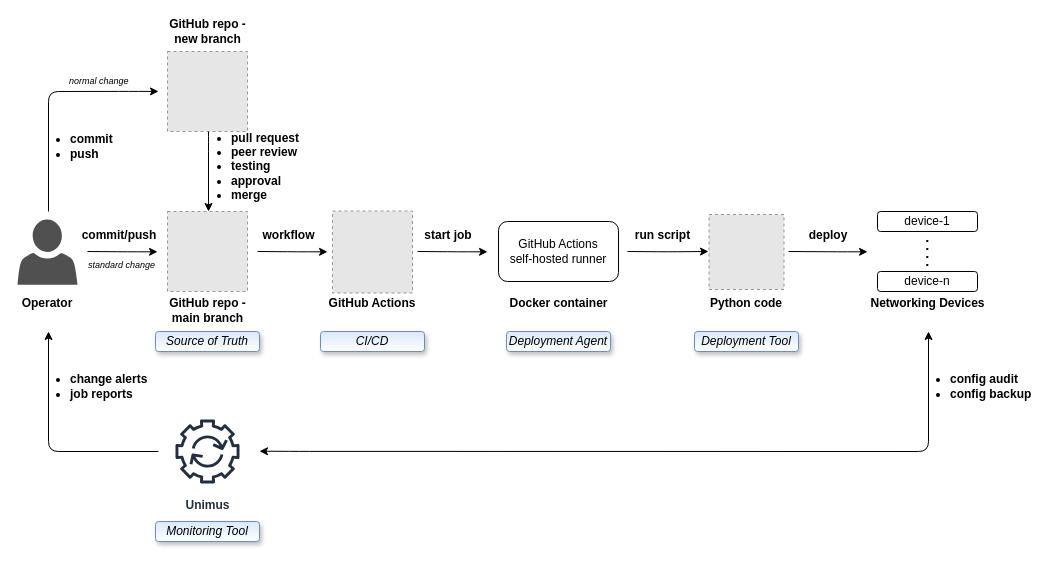
gdmoney/network-automation-github-actions keeps this draw.io diagram as diagram-network-automation-github-actions.drawio. Above is the earlier version. Source tidied: cells renumbered, new cells numbered last; positions are measured from the earlier drawing's top-left corner, leaving out a move shared by most shapes. Both pictures are drawn from the tidied source at 100%, with x=0, y=0 at pixel (17, 21). Pictures stored in the file or linked from it are replaced by grey dashed boxes.
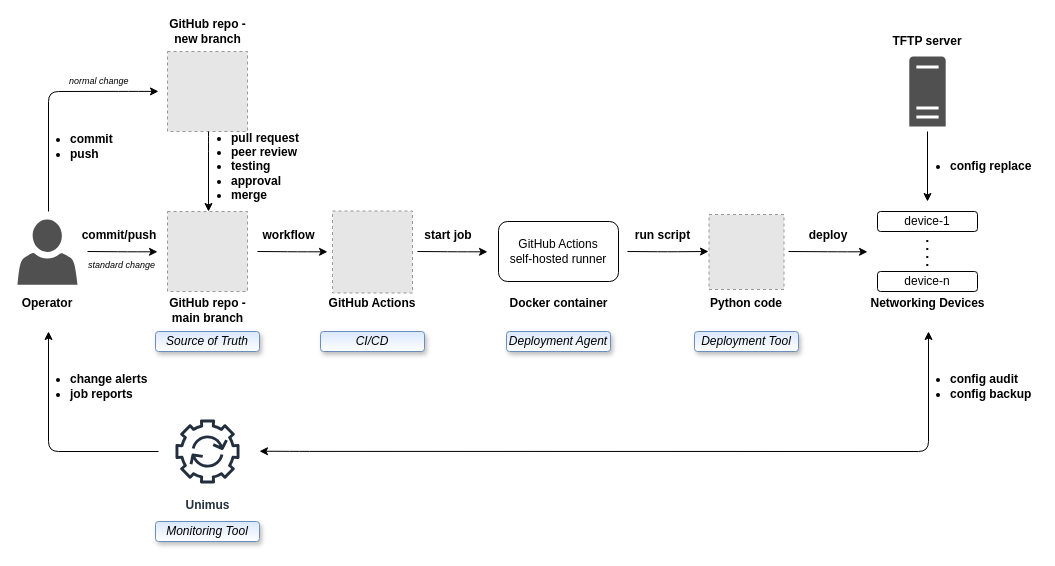
Above is the later version.

The edit, as a diff of the source:
```diff
@@
+    <mxCell id="44" style="edgeStyle=orthogonalEdgeStyle;rounded=0;orthogonalLoop=1;jettySize=auto;html=1;" parent="1" edge="1">
+      <mxGeometry relative="1" as="geometry">
+        <mxPoint x="910" y="110" as="sourcePoint" />
+        <mxPoint x="910" y="180" as="targetPoint" />
+      </mxGeometry>
+    </mxCell>
+    <mxCell id="45" style="shadow=0;dashed=0;html=1;strokeColor=none;fillColor=#505050;labelPosition=center;verticalLabelPosition=bottom;verticalAlign=top;align=center;shape=mxgraph.office.servers.server_generic;" parent="1" vertex="1">
+      <mxGeometry x="891.8" y="35" width="36.4" height="70" as="geometry" />
+    </mxCell>
+    <mxCell id="46" value="&lt;b&gt;TFTP server&lt;/b&gt;" style="text;html=1;strokeColor=none;fillColor=none;align=center;verticalAlign=middle;whiteSpace=wrap;rounded=0;" parent="1" vertex="1">
+      <mxGeometry x="870" y="10" width="80" height="20" as="geometry" />
+    </mxCell>
+    <mxCell id="47" value="&lt;ul&gt;&lt;li&gt;&lt;b&gt;config replace&lt;/b&gt;&lt;/li&gt;&lt;/ul&gt;" style="text;html=1;strokeColor=none;fillColor=none;align=left;verticalAlign=middle;whiteSpace=wrap;rounded=0;" parent="1" vertex="1">
+      <mxGeometry x="891" y="130" width="130" height="30" as="geometry" />
+    </mxCell>
```
